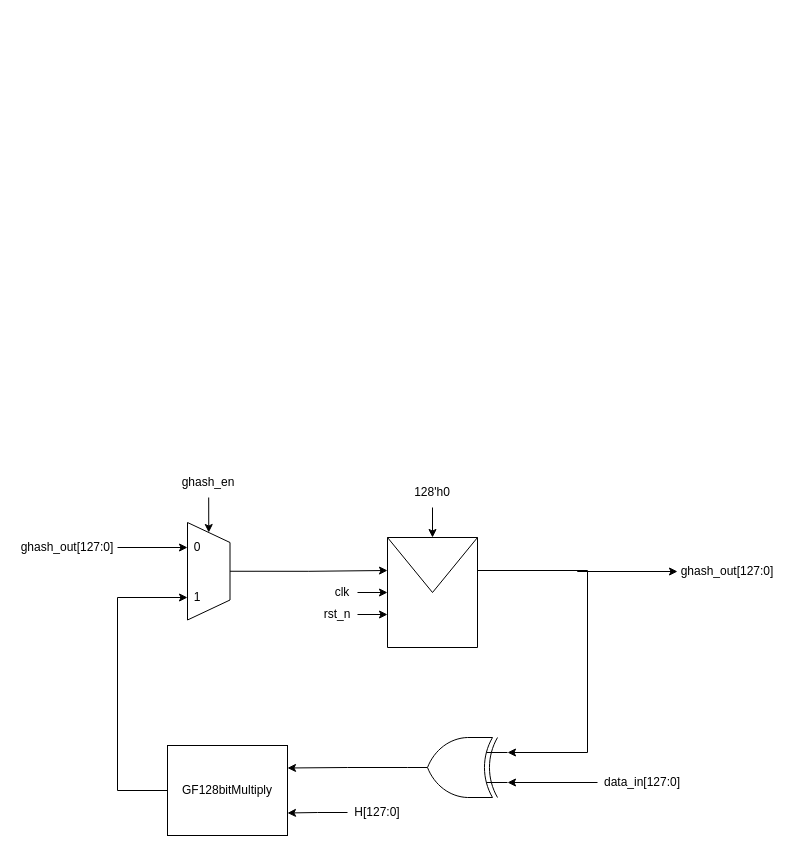
LQLManZz/AES128-Verilog keeps this draw.io diagram as Quang Long/_drawio/GHASH low level.drawio. Above is the earlier version. Source tidied: cells renumbered, new cells numbered last; positions are measured from the earlier drawing's top-left corner, leaving out a move shared by most shapes. Both pictures are drawn from the tidied source at 100%, with x=0, y=0 at pixel (17, 467).
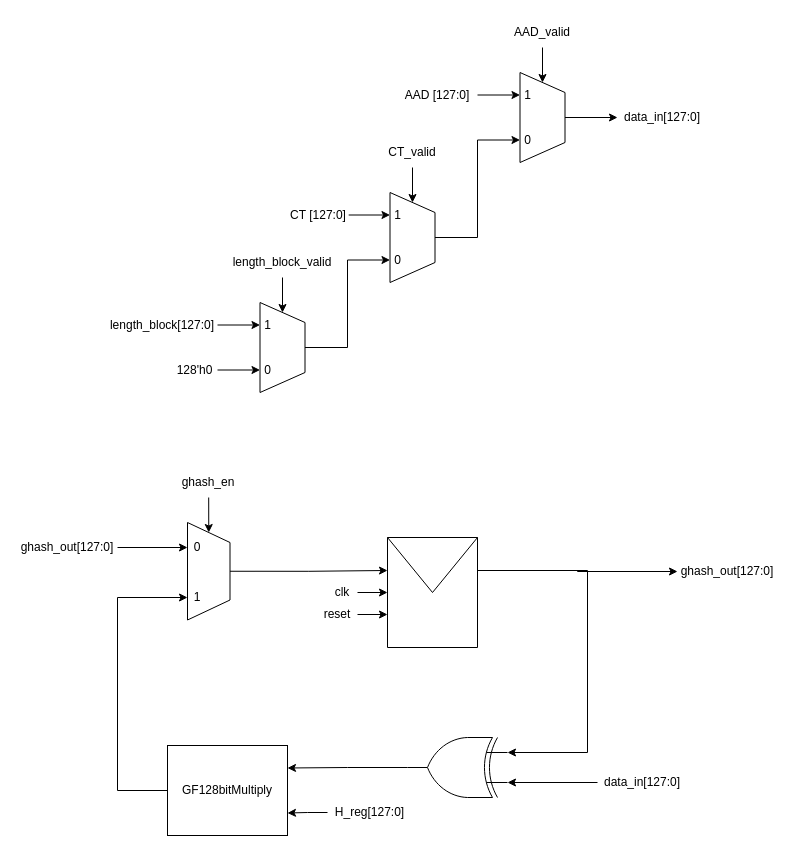
Above is the later version.

The change refers to these unchanged cells:
```xml
<mxCell id="3" style="shape=message;html=1;html=1;outlineConnect=0;labelPosition=center;verticalLabelPosition=bottom;align=center;verticalAlign=top;" parent="1" vertex="1">
  <mxGeometry x="370" y="70" width="90" height="110" as="geometry" />
</mxCell>
```

What changed in the source:
```diff
@@
-    <mxCell id="7" value="rst_n" style="text;html=1;whiteSpace=wrap;strokeColor=none;fillColor=none;align=center;verticalAlign=middle;rounded=0;" parent="1" vertex="1">
+    <mxCell id="7" value="reset" style="text;html=1;whiteSpace=wrap;strokeColor=none;fillColor=none;align=center;verticalAlign=middle;rounded=0;" parent="1" vertex="1">
       <mxGeometry x="300" y="132" width="40" height="30" as="geometry" />
     </mxCell>
-    <mxCell id="8" style="edgeStyle=orthogonalEdgeStyle;rounded=0;jettySize=auto;html=1;exitX=0.5;exitY=1;exitDx=0;exitDy=0;entryX=0.5;entryY=0;entryDx=0;entryDy=0;" parent="1" edge="1" source="9" target="3">
-      <mxGeometry relative="1" as="geometry" />
-    </mxCell>
-    <mxCell id="9" value="128'h0" style="text;html=1;whiteSpace=wrap;strokeColor=none;fillColor=none;align=center;verticalAlign=middle;rounded=0;" parent="1" vertex="1">
-      <mxGeometry x="390" y="10" width="50" height="30" as="geometry" />
-    </mxCell>
@@
-    <mxCell id="19" value="H[127:0]" style="text;html=1;whiteSpace=wrap;strokeColor=none;fillColor=none;align=center;verticalAlign=middle;rounded=0;" parent="1" vertex="1">
-      <mxGeometry x="330" y="330" width="60" height="30" as="geometry" />
+    <mxCell id="19" value="H_reg[127:0]" style="text;html=1;whiteSpace=wrap;strokeColor=none;fillColor=none;align=center;verticalAlign=middle;rounded=0;" parent="1" vertex="1">
+      <mxGeometry x="310" y="330" width="85" height="30" as="geometry" />
     </mxCell>
@@
+    <mxCell id="29" style="group;" parent="1" vertex="1">
+      <mxGeometry x="480" y="-380" width="90" height="60" as="geometry" />
+    </mxCell>
+    <mxCell id="30" style="shape=trapezoid;perimeter=trapezoidPerimeter;whiteSpace=wrap;html=1;fixedSize=1;rotation=90;" parent="29" vertex="1">
+      <mxGeometry y="7.5" width="90" height="45" as="geometry" />
+    </mxCell>
+    <mxCell id="31" value="0" style="text;html=1;whiteSpace=wrap;strokeColor=none;fillColor=none;align=center;verticalAlign=middle;rounded=0;" parent="29" vertex="1">
+      <mxGeometry x="22.5" y="45" width="15" height="15" as="geometry" />
+    </mxCell>
+    <mxCell id="32" value="1" style="text;html=1;whiteSpace=wrap;strokeColor=none;fillColor=none;align=center;verticalAlign=middle;rounded=0;" parent="29" vertex="1">
+      <mxGeometry x="22.5" width="15" height="15" as="geometry" />
+    </mxCell>
+    <mxCell id="33" style="edgeStyle=orthogonalEdgeStyle;rounded=0;jettySize=auto;html=1;exitX=0.5;exitY=1;exitDx=0;exitDy=0;entryX=0;entryY=0.5;entryDx=0;entryDy=0;fontFamily=Helvetica;fontSize=12;fontColor=default;" parent="1" edge="1" source="34" target="30">
+      <mxGeometry relative="1" as="geometry" />
+    </mxCell>
+    <mxCell id="34" value="AAD_valid" style="text;html=1;whiteSpace=wrap;strokeColor=none;fillColor=none;align=center;verticalAlign=middle;rounded=0;" parent="1" vertex="1">
+      <mxGeometry x="495" y="-450" width="60" height="30" as="geometry" />
+    </mxCell>
+    <mxCell id="35" value="data_in[127:0]" style="text;html=1;whiteSpace=wrap;strokeColor=none;fillColor=none;align=center;verticalAlign=middle;rounded=0;" parent="1" vertex="1">
+      <mxGeometry x="600" y="-365" width="90" height="30" as="geometry" />
+    </mxCell>
+    <mxCell id="36" style="edgeStyle=orthogonalEdgeStyle;rounded=0;jettySize=auto;html=1;exitX=0.5;exitY=0;exitDx=0;exitDy=0;entryX=0;entryY=0.5;entryDx=0;entryDy=0;fontFamily=Helvetica;fontSize=12;fontColor=default;" parent="1" edge="1" source="30" target="35">
+      <mxGeometry relative="1" as="geometry" />
+    </mxCell>
+    <mxCell id="37" style="edgeStyle=orthogonalEdgeStyle;rounded=0;jettySize=auto;html=1;exitX=1;exitY=0.5;exitDx=0;exitDy=0;entryX=0;entryY=0.5;entryDx=0;entryDy=0;fontFamily=Helvetica;fontSize=12;fontColor=default;" parent="1" edge="1" source="38" target="32">
+      <mxGeometry relative="1" as="geometry" />
+    </mxCell>
+    <mxCell id="38" value="AAD [127:0]" style="text;html=1;whiteSpace=wrap;strokeColor=none;fillColor=none;align=center;verticalAlign=middle;rounded=0;" parent="1" vertex="1">
+      <mxGeometry x="380" y="-387.5" width="80" height="30" as="geometry" />
+    </mxCell>
+    <mxCell id="39" style="group;" parent="1" vertex="1">
+      <mxGeometry x="350" y="-260" width="90" height="60" as="geometry" />
+    </mxCell>
+    <mxCell id="40" style="shape=trapezoid;perimeter=trapezoidPerimeter;whiteSpace=wrap;html=1;fixedSize=1;rotation=90;" parent="39" vertex="1">
+      <mxGeometry y="7.5" width="90" height="45" as="geometry" />
+    </mxCell>
+    <mxCell id="41" value="0" style="text;html=1;whiteSpace=wrap;strokeColor=none;fillColor=none;align=center;verticalAlign=middle;rounded=0;" parent="39" vertex="1">
+      <mxGeometry x="22.5" y="45" width="15" height="15" as="geometry" />
+    </mxCell>
+    <mxCell id="42" value="1" style="text;html=1;whiteSpace=wrap;strokeColor=none;fillColor=none;align=center;verticalAlign=middle;rounded=0;" parent="39" vertex="1">
+      <mxGeometry x="22.5" width="15" height="15" as="geometry" />
+    </mxCell>
+    <mxCell id="43" style="edgeStyle=orthogonalEdgeStyle;rounded=0;jettySize=auto;html=1;exitX=0.5;exitY=1;exitDx=0;exitDy=0;entryX=0;entryY=0.5;entryDx=0;entryDy=0;fontFamily=Helvetica;fontSize=12;fontColor=default;" parent="1" edge="1" source="44" target="40">
+      <mxGeometry relative="1" as="geometry" />
+    </mxCell>
+    <mxCell id="44" value="CT_valid" style="text;html=1;whiteSpace=wrap;strokeColor=none;fillColor=none;align=center;verticalAlign=middle;rounded=0;" parent="1" vertex="1">
+      <mxGeometry x="365" y="-330" width="60" height="30" as="geometry" />
+    </mxCell>
+    <mxCell id="45" style="edgeStyle=orthogonalEdgeStyle;rounded=0;jettySize=auto;html=1;exitX=0.5;exitY=0;exitDx=0;exitDy=0;entryX=0;entryY=0.5;entryDx=0;entryDy=0;fontFamily=Helvetica;fontSize=12;fontColor=default;" parent="1" edge="1" source="40" target="31">
+      <mxGeometry relative="1" as="geometry" />
+    </mxCell>
+    <mxCell id="46" style="group;" parent="1" vertex="1">
+      <mxGeometry x="220" y="-150" width="90" height="60" as="geometry" />
+    </mxCell>
+    <mxCell id="47" style="shape=trapezoid;perimeter=trapezoidPerimeter;whiteSpace=wrap;html=1;fixedSize=1;rotation=90;" parent="46" vertex="1">
+      <mxGeometry y="7.5" width="90" height="45" as="geometry" />
+    </mxCell>
+    <mxCell id="48" value="0" style="text;html=1;whiteSpace=wrap;strokeColor=none;fillColor=none;align=center;verticalAlign=middle;rounded=0;" parent="46" vertex="1">
+      <mxGeometry x="22.5" y="45" width="15" height="15" as="geometry" />
+    </mxCell>
+    <mxCell id="49" value="1" style="text;html=1;whiteSpace=wrap;strokeColor=none;fillColor=none;align=center;verticalAlign=middle;rounded=0;" parent="46" vertex="1">
+      <mxGeometry x="22.5" width="15" height="15" as="geometry" />
+    </mxCell>
+    <mxCell id="50" style="edgeStyle=orthogonalEdgeStyle;rounded=0;jettySize=auto;html=1;exitX=0.5;exitY=1;exitDx=0;exitDy=0;entryX=0;entryY=0.5;entryDx=0;entryDy=0;fontFamily=Helvetica;fontSize=12;fontColor=default;" parent="1" edge="1" source="51" target="47">
+      <mxGeometry relative="1" as="geometry" />
+    </mxCell>
+    <mxCell id="51" value="length_block_valid" style="text;html=1;whiteSpace=wrap;strokeColor=none;fillColor=none;align=center;verticalAlign=middle;rounded=0;" parent="1" vertex="1">
+      <mxGeometry x="220" y="-220" width="90" height="30" as="geometry" />
+    </mxCell>
+    <mxCell id="52" style="edgeStyle=orthogonalEdgeStyle;rounded=0;jettySize=auto;html=1;exitX=0.5;exitY=0;exitDx=0;exitDy=0;entryX=0;entryY=0.5;entryDx=0;entryDy=0;fontFamily=Helvetica;fontSize=12;fontColor=default;" parent="1" edge="1" source="47" target="41">
+      <mxGeometry relative="1" as="geometry" />
+    </mxCell>
+    <mxCell id="53" style="edgeStyle=orthogonalEdgeStyle;rounded=0;jettySize=auto;html=1;exitX=1;exitY=0.5;exitDx=0;exitDy=0;entryX=0;entryY=0.5;entryDx=0;entryDy=0;fontFamily=Helvetica;fontSize=12;fontColor=default;" parent="1" edge="1" source="54" target="42">
+      <mxGeometry relative="1" as="geometry" />
+    </mxCell>
+    <mxCell id="54" value="CT [127:0]" style="text;html=1;whiteSpace=wrap;strokeColor=none;fillColor=none;align=center;verticalAlign=middle;rounded=0;" parent="1" vertex="1">
+      <mxGeometry x="271.2" y="-267.5" width="60" height="30" as="geometry" />
+    </mxCell>
+    <mxCell id="55" style="edgeStyle=orthogonalEdgeStyle;rounded=0;jettySize=auto;html=1;exitX=1;exitY=0.5;exitDx=0;exitDy=0;entryX=0;entryY=0.5;entryDx=0;entryDy=0;fontFamily=Helvetica;fontSize=12;fontColor=default;" parent="1" edge="1" source="56" target="49">
+      <mxGeometry relative="1" as="geometry" />
+    </mxCell>
+    <mxCell id="56" value="length_block[127:0]" style="text;html=1;whiteSpace=wrap;strokeColor=none;fillColor=none;align=center;verticalAlign=middle;rounded=0;" parent="1" vertex="1">
+      <mxGeometry x="90" y="-157.5" width="110" height="30" as="geometry" />
+    </mxCell>
+    <mxCell id="57" style="edgeStyle=orthogonalEdgeStyle;rounded=0;jettySize=auto;html=1;exitX=1;exitY=0.5;exitDx=0;exitDy=0;entryX=0;entryY=0.5;entryDx=0;entryDy=0;fontFamily=Helvetica;fontSize=12;fontColor=default;" parent="1" edge="1" source="9" target="48">
+      <mxGeometry relative="1" as="geometry" />
+    </mxCell>
+    <mxCell id="9" value="128'h0" style="text;html=1;whiteSpace=wrap;strokeColor=none;fillColor=none;align=center;verticalAlign=middle;rounded=0;" parent="1" vertex="1">
+      <mxGeometry x="155" y="-112.5" width="45" height="30" as="geometry" />
+    </mxCell>
```
